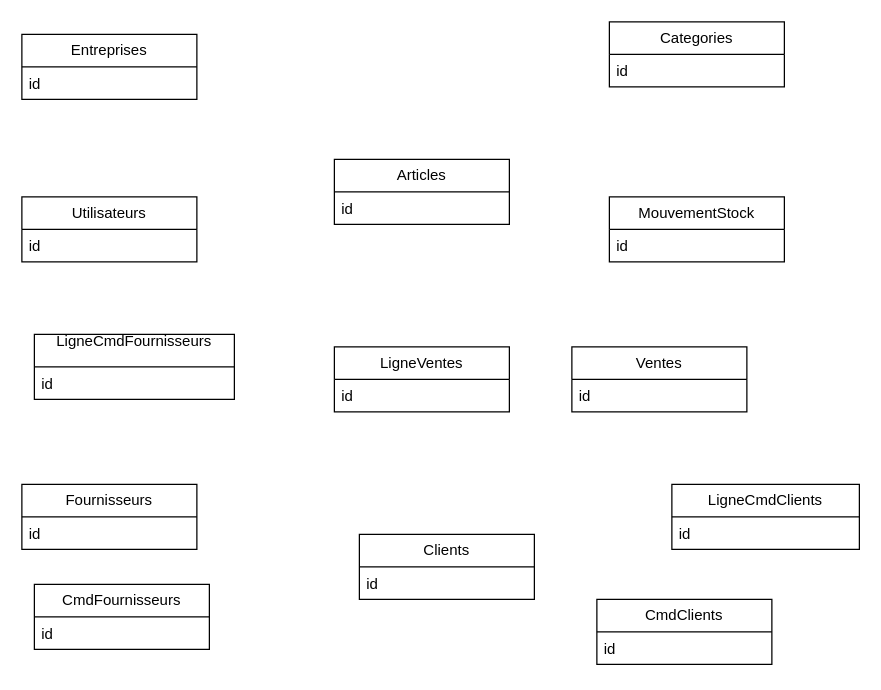
Eminence212/api-portfolio keeps this draw.io diagram as src/config/Gestion de Stock.drawio. Above is the earlier version. Source tidied: cells renumbered, new cells numbered last; positions are measured from the earlier drawing's top-left corner, leaving out a move shared by most shapes. Both pictures are drawn from the tidied source at 125%, with x=0, y=0 at pixel (21, 21).
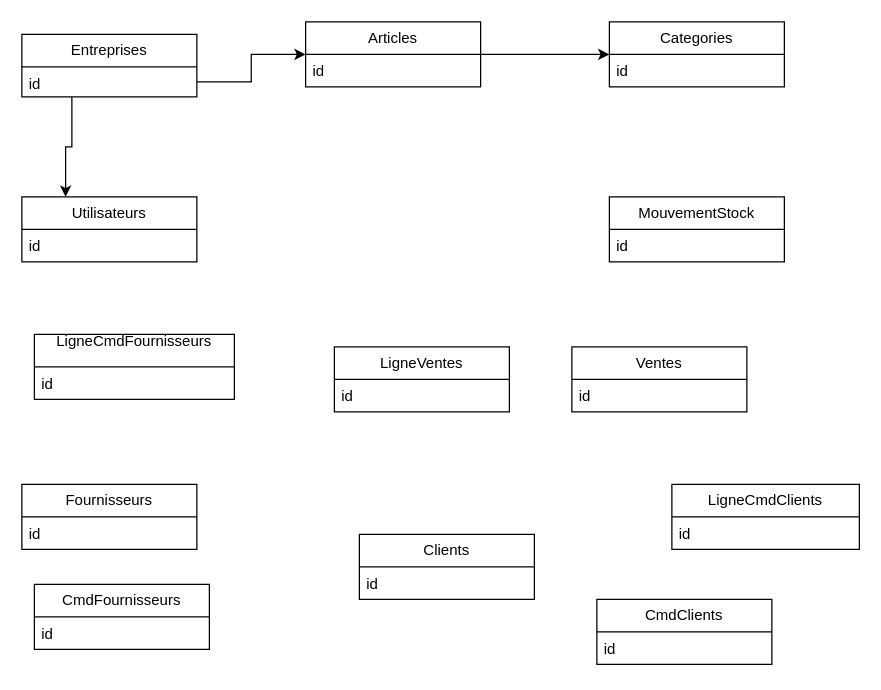
After the change.

Commit message (it also covers changes not shown here):
Mettre à jour Gestion de Stock.drawio

The change refers to these unchanged cells:
```xml
<mxCell id="4" value="&lt;div&gt;Utilisateurs&lt;/div&gt;" style="swimlane;fontStyle=0;horizontal=1;startSize=26;fillColor=none;whiteSpace=wrap;html=1;" parent="1" vertex="1">
  <mxGeometry y="140" width="140" height="52" as="geometry" />
</mxCell>
<mxCell id="8" value="Categories" style="swimlane;fontStyle=0;horizontal=1;startSize=26;fillColor=none;whiteSpace=wrap;html=1;" parent="1" vertex="1">
  <mxGeometry x="470" width="140" height="52" as="geometry" />
</mxCell>
```

Change to the diagram source:
```diff
@@
     <mxCell id="2" value="Entreprises" style="swimlane;fontStyle=0;horizontal=1;startSize=26;fillColor=none;whiteSpace=wrap;html=1;" parent="1" vertex="1">
-      <mxGeometry y="10" width="140" height="52" as="geometry" />
+      <mxGeometry y="10" width="140" height="50" as="geometry" />
     </mxCell>
     <mxCell id="3" value="id" style="text;strokeColor=none;fillColor=none;align=left;verticalAlign=top;spacingLeft=4;spacingRight=4;overflow=hidden;points=[[0,0.5],[1,0.5]];portConstraint=eastwest;whiteSpace=wrap;html=1;" parent="2" vertex="1">
-      <mxGeometry y="26" width="140" height="26" as="geometry" />
+      <mxGeometry y="26" width="140" height="24" as="geometry" />
     </mxCell>
@@
+    <mxCell id="28" style="edgeStyle=orthogonalEdgeStyle;rounded=0;jettySize=auto;html=1;" parent="1" edge="1" source="6" target="8">
+      <mxGeometry relative="1" as="geometry" />
+    </mxCell>
     <mxCell id="6" value="Articles" style="swimlane;fontStyle=0;horizontal=1;startSize=26;fillColor=none;whiteSpace=wrap;html=1;" parent="1" vertex="1">
-      <mxGeometry x="250" y="110" width="140" height="52" as="geometry" />
+      <mxGeometry x="227" width="140" height="52" as="geometry" />
     </mxCell>
@@
+    <mxCell id="29" style="edgeStyle=orthogonalEdgeStyle;rounded=0;jettySize=auto;html=1;entryX=0.25;entryY=0;entryDx=0;entryDy=0;" parent="1" edge="1" source="3" target="4">
+      <mxGeometry relative="1" as="geometry">
+        <Array as="points">
+          <mxPoint x="40" y="100" />
+          <mxPoint x="35" y="100" />
+        </Array>
+      </mxGeometry>
+    </mxCell>
+    <mxCell id="30" style="edgeStyle=orthogonalEdgeStyle;rounded=0;jettySize=auto;html=1;" parent="1" edge="1" source="3" target="6">
+      <mxGeometry relative="1" as="geometry" />
+    </mxCell>
```
